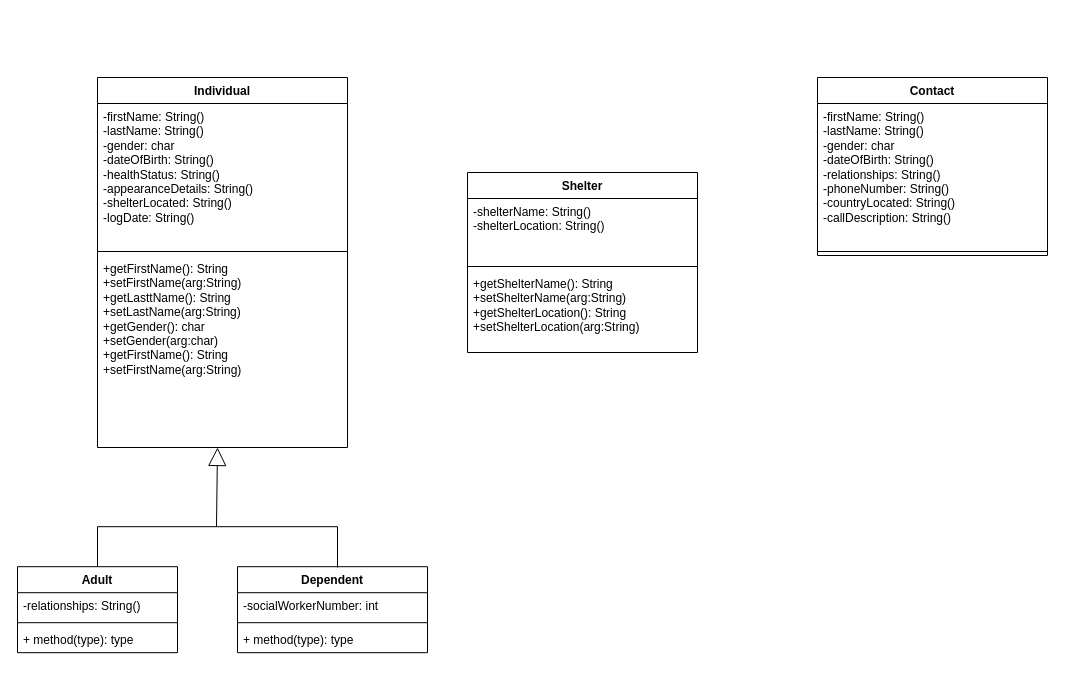
This is disaster_recover_UML_25.drawio from ENSF-380-Group-25/Project-1, a draw.io file, before an edit. Source tidied: cells renumbered, new cells numbered last; positions are measured from the earlier drawing's top-left corner, leaving out a move shared by most shapes. Both pictures are drawn from the tidied source at 100%, with x=0, y=0 at pixel (17, 77).
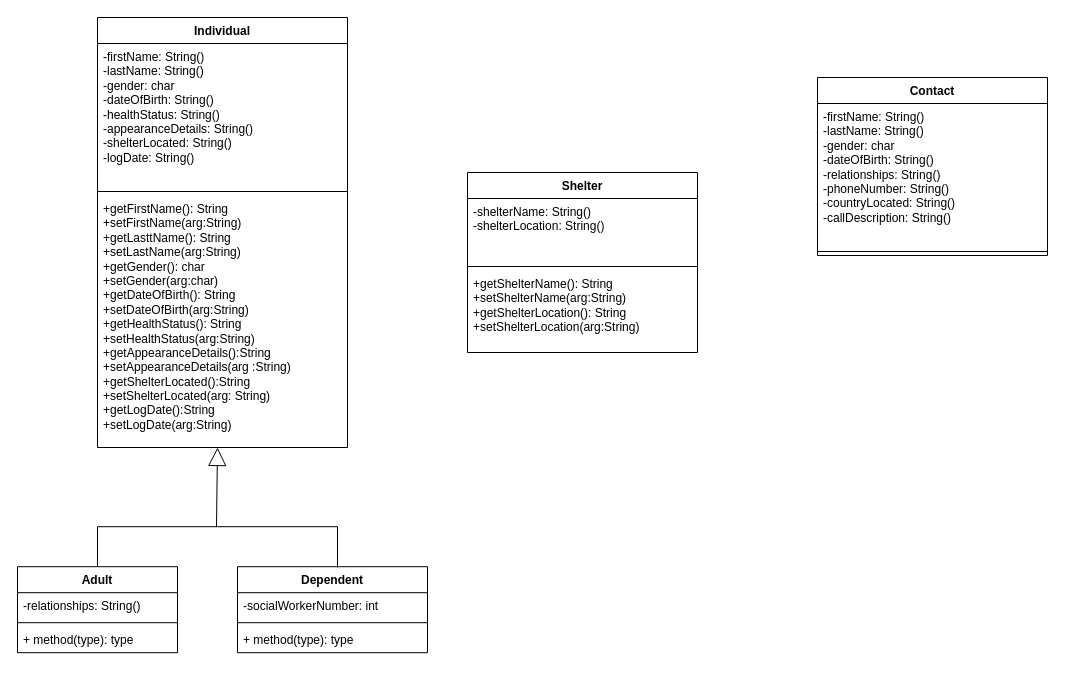
The same page after the edit.

What changed in the source:
```diff
@@
     <mxCell id="2" value="Individual" style="swimlane;fontStyle=1;align=center;verticalAlign=top;horizontal=1;startSize=26;whiteSpace=wrap;html=1;" parent="1" vertex="1">
-      <mxGeometry x="80" width="250" height="370" as="geometry" />
+      <mxGeometry x="80" y="-60" width="250" height="430" as="geometry" />
     </mxCell>
@@
-    <mxCell id="5" value="+getFirstName(): String&lt;div&gt;+setFirstName(arg:String)&lt;/div&gt;&lt;div&gt;+getLasttName(): String&lt;div&gt;+setLastName(arg:String)&lt;/div&gt;&lt;div&gt;+getGender(): char&lt;div&gt;+setGender(arg:char)&lt;/div&gt;&lt;div&gt;+getFirstName(): String&lt;div&gt;+setFirstName(arg:String)&lt;/div&gt;&lt;div&gt;&lt;br&gt;&lt;/div&gt;&lt;/div&gt;&lt;/div&gt;&lt;div&gt;&lt;br&gt;&lt;/div&gt;&lt;/div&gt;" style="text;strokeColor=none;fillColor=none;align=left;verticalAlign=top;spacingLeft=4;spacingRight=4;overflow=hidden;whiteSpace=wrap;html=1;" parent="2" vertex="1">
-      <mxGeometry y="178" width="250" height="192" as="geometry" />
+    <mxCell id="5" value="+getFirstName(): String&lt;div&gt;+setFirstName(arg:String)&lt;/div&gt;&lt;div&gt;+getLasttName(): String&lt;div&gt;+setLastName(arg:String)&lt;/div&gt;&lt;div&gt;+getGender(): char&lt;div&gt;+setGender(arg:char)&lt;/div&gt;&lt;div&gt;+getDateOfBirth(): String&lt;div&gt;+setDateOfBirth(arg:String)&lt;/div&gt;&lt;div&gt;+getHealthStatus(): String&lt;div&gt;+setHealthStatus(arg:String)&lt;/div&gt;&lt;div&gt;+getAppearanceDetails():String&lt;/div&gt;&lt;div&gt;+setAppearanceDetails(arg&amp;nbsp;&lt;span style=&quot;background-color: transparent; color: light-dark(rgb(0, 0, 0), rgb(255, 255, 255));&quot;&gt;:String&lt;/span&gt;&lt;span style=&quot;background-color: transparent; color: light-dark(rgb(0, 0, 0), rgb(255, 255, 255));&quot;&gt;)&lt;/span&gt;&lt;/div&gt;&lt;div&gt;+getShelterLocated():String&lt;/div&gt;&lt;div&gt;+setShelterLocated(arg: String)&lt;/div&gt;&lt;div&gt;+getLogDate():String&lt;/div&gt;&lt;div&gt;+setLogDate(arg:String)&lt;/div&gt;&lt;div&gt;&lt;br&gt;&lt;/div&gt;&lt;div&gt;&lt;br&gt;&lt;/div&gt;&lt;/div&gt;&lt;div&gt;&lt;br&gt;&lt;/div&gt;&lt;/div&gt;&lt;/div&gt;&lt;div&gt;&lt;br&gt;&lt;/div&gt;&lt;/div&gt;" style="text;strokeColor=none;fillColor=none;align=left;verticalAlign=top;spacingLeft=4;spacingRight=4;overflow=hidden;whiteSpace=wrap;html=1;" parent="2" vertex="1">
+      <mxGeometry y="178" width="250" height="252" as="geometry" />
     </mxCell>
```
